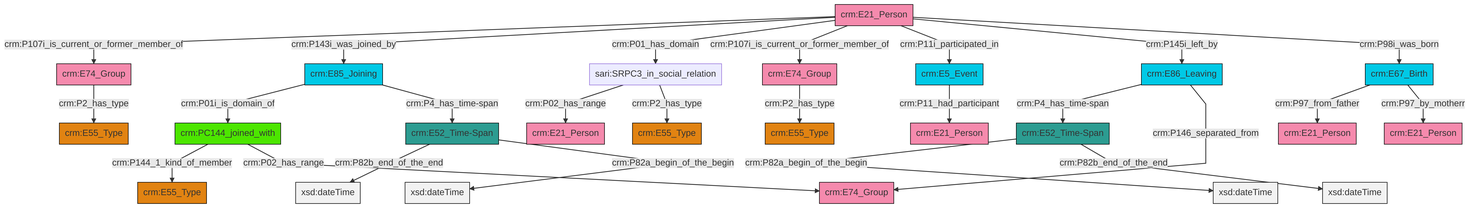
This is et/personCSV/ttl/mmd/png/Person_Actor_Relations.png from swiss-art-research-net/docs.swissartresearch, a Mermaid export, as it was before one commit. Its source is kept beside it as et/personCSV/ttl/mmd/Person_Actor_Relations.ttl.mmd.
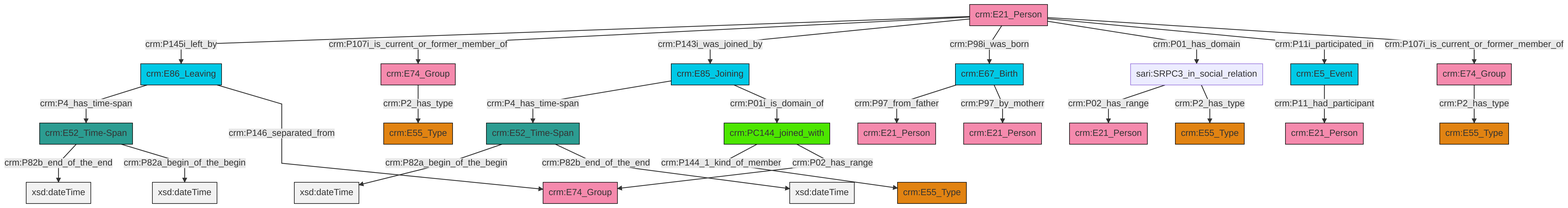
The same diagram one commit later.

What changed in the source:
```diff
@@ -13,27 +13,27 @@
 classDef PC_Classes fill:#4ce600, stroke:#000000;
 classDef Multi fill:#cccccc,stroke:#000000;
 
-4["crm:E5_Event"]:::Temporal_Entity -->|crm:P11_had_participant| 5["crm:E21_Person"]:::Actor
-10["crm:E86_Leaving"]:::Temporal_Entity -->|crm:P4_has_time-span| 11["crm:E52_Time-Span"]:::Time-Span
-6["crm:E67_Birth"]:::Temporal_Entity -->|crm:P97_from_father| 12["crm:E21_Person"]:::Actor
-13["crm:E74_Group"]:::Actor -->|crm:P2_has_type| 14["crm:E55_Type"]:::Type
-8["crm:E52_Time-Span"]:::Time-Span -->|crm:P82b_end_of_the_end| 15[xsd:dateTime]:::Literal
-6["crm:E67_Birth"]:::Temporal_Entity -->|crm:P97_by_motherr| 0["crm:E21_Person"]:::Actor
-21["crm:E21_Person"]:::Actor -->|crm:P107i_is_current_or_former_member_of| 22["crm:E74_Group"]:::Actor
-11["crm:E52_Time-Span"]:::Time-Span -->|crm:P82a_begin_of_the_begin| 29[xsd:dateTime]:::Literal
-21["crm:E21_Person"]:::Actor -->|crm:P143i_was_joined_by| 16["crm:E85_Joining"]:::Temporal_Entity
-18["crm:PC144_joined_with"]:::PC_Classes -->|crm:P144_1_kind_of_member| 2["crm:E55_Type"]:::Type
-21["crm:E21_Person"]:::Actor -->|crm:P01_has_domain| 23["sari:SRPC3_in_social_relation"]:::Default
-16["crm:E85_Joining"]:::Temporal_Entity -->|crm:P01i_is_domain_of| 18["crm:PC144_joined_with"]:::PC_Classes
-22["crm:E74_Group"]:::Actor -->|crm:P2_has_type| 33["crm:E55_Type"]:::Type
-21["crm:E21_Person"]:::Actor -->|crm:P107i_is_current_or_former_member_of| 13["crm:E74_Group"]:::Actor
-10["crm:E86_Leaving"]:::Temporal_Entity -->|crm:P146_separated_from| 35["crm:E74_Group"]:::Actor
-11["crm:E52_Time-Span"]:::Time-Span -->|crm:P82b_end_of_the_end| 36[xsd:dateTime]:::Literal
-21["crm:E21_Person"]:::Actor -->|crm:P11i_participated_in| 4["crm:E5_Event"]:::Temporal_Entity
-21["crm:E21_Person"]:::Actor -->|crm:P145i_left_by| 10["crm:E86_Leaving"]:::Temporal_Entity
-18["crm:PC144_joined_with"]:::PC_Classes -->|crm:P02_has_range| 35["crm:E74_Group"]:::Actor
-21["crm:E21_Person"]:::Actor -->|crm:P98i_was_born| 6["crm:E67_Birth"]:::Temporal_Entity
-16["crm:E85_Joining"]:::Temporal_Entity -->|crm:P4_has_time-span| 8["crm:E52_Time-Span"]:::Time-Span
-23["sari:SRPC3_in_social_relation"]:::Default -->|crm:P02_has_range| 25["crm:E21_Person"]:::Actor
-23["sari:SRPC3_in_social_relation"]:::Default -->|crm:P2_has_type| 30["crm:E55_Type"]:::Type
-8["crm:E52_Time-Span"]:::Time-Span -->|crm:P82a_begin_of_the_begin| 45[xsd:dateTime]:::Literal
+2["crm:E21_Person"]:::Actor -->|crm:P145i_left_by| 3["crm:E86_Leaving"]:::Temporal_Entity
+2["crm:E21_Person"]:::Actor -->|crm:P107i_is_current_or_former_member_of| 8["crm:E74_Group"]:::Actor
+2["crm:E21_Person"]:::Actor -->|crm:P143i_was_joined_by| 9["crm:E85_Joining"]:::Temporal_Entity
+8["crm:E74_Group"]:::Actor -->|crm:P2_has_type| 4["crm:E55_Type"]:::Type
+12["crm:PC144_joined_with"]:::PC_Classes -->|crm:P144_1_kind_of_member| 13["crm:E55_Type"]:::Type
+3["crm:E86_Leaving"]:::Temporal_Entity -->|crm:P4_has_time-span| 16["crm:E52_Time-Span"]:::Time-Span
+17["crm:E52_Time-Span"]:::Time-Span -->|crm:P82a_begin_of_the_begin| 18[xsd:dateTime]:::Literal
+16["crm:E52_Time-Span"]:::Time-Span -->|crm:P82b_end_of_the_end| 19[xsd:dateTime]:::Literal
+9["crm:E85_Joining"]:::Temporal_Entity -->|crm:P4_has_time-span| 17["crm:E52_Time-Span"]:::Time-Span
+2["crm:E21_Person"]:::Actor -->|crm:P98i_was_born| 0["crm:E67_Birth"]:::Temporal_Entity
+0["crm:E67_Birth"]:::Temporal_Entity -->|crm:P97_from_father| 24["crm:E21_Person"]:::Actor
+3["crm:E86_Leaving"]:::Temporal_Entity -->|crm:P146_separated_from| 21["crm:E74_Group"]:::Actor
+28["crm:E5_Event"]:::Temporal_Entity -->|crm:P11_had_participant| 29["crm:E21_Person"]:::Actor
+14["sari:SRPC3_in_social_relation"]:::Default -->|crm:P02_has_range| 32["crm:E21_Person"]:::Actor
+2["crm:E21_Person"]:::Actor -->|crm:P01_has_domain| 14["sari:SRPC3_in_social_relation"]:::Default
+12["crm:PC144_joined_with"]:::PC_Classes -->|crm:P02_has_range| 21["crm:E74_Group"]:::Actor
+14["sari:SRPC3_in_social_relation"]:::Default -->|crm:P2_has_type| 25["crm:E55_Type"]:::Type
+17["crm:E52_Time-Span"]:::Time-Span -->|crm:P82b_end_of_the_end| 38[xsd:dateTime]:::Literal
+2["crm:E21_Person"]:::Actor -->|crm:P11i_participated_in| 28["crm:E5_Event"]:::Temporal_Entity
+2["crm:E21_Person"]:::Actor -->|crm:P107i_is_current_or_former_member_of| 6["crm:E74_Group"]:::Actor
+9["crm:E85_Joining"]:::Temporal_Entity -->|crm:P01i_is_domain_of| 12["crm:PC144_joined_with"]:::PC_Classes
+6["crm:E74_Group"]:::Actor -->|crm:P2_has_type| 10["crm:E55_Type"]:::Type
+16["crm:E52_Time-Span"]:::Time-Span -->|crm:P82a_begin_of_the_begin| 45[xsd:dateTime]:::Literal
+0["crm:E67_Birth"]:::Temporal_Entity -->|crm:P97_by_motherr| 41["crm:E21_Person"]:::Actor
```
